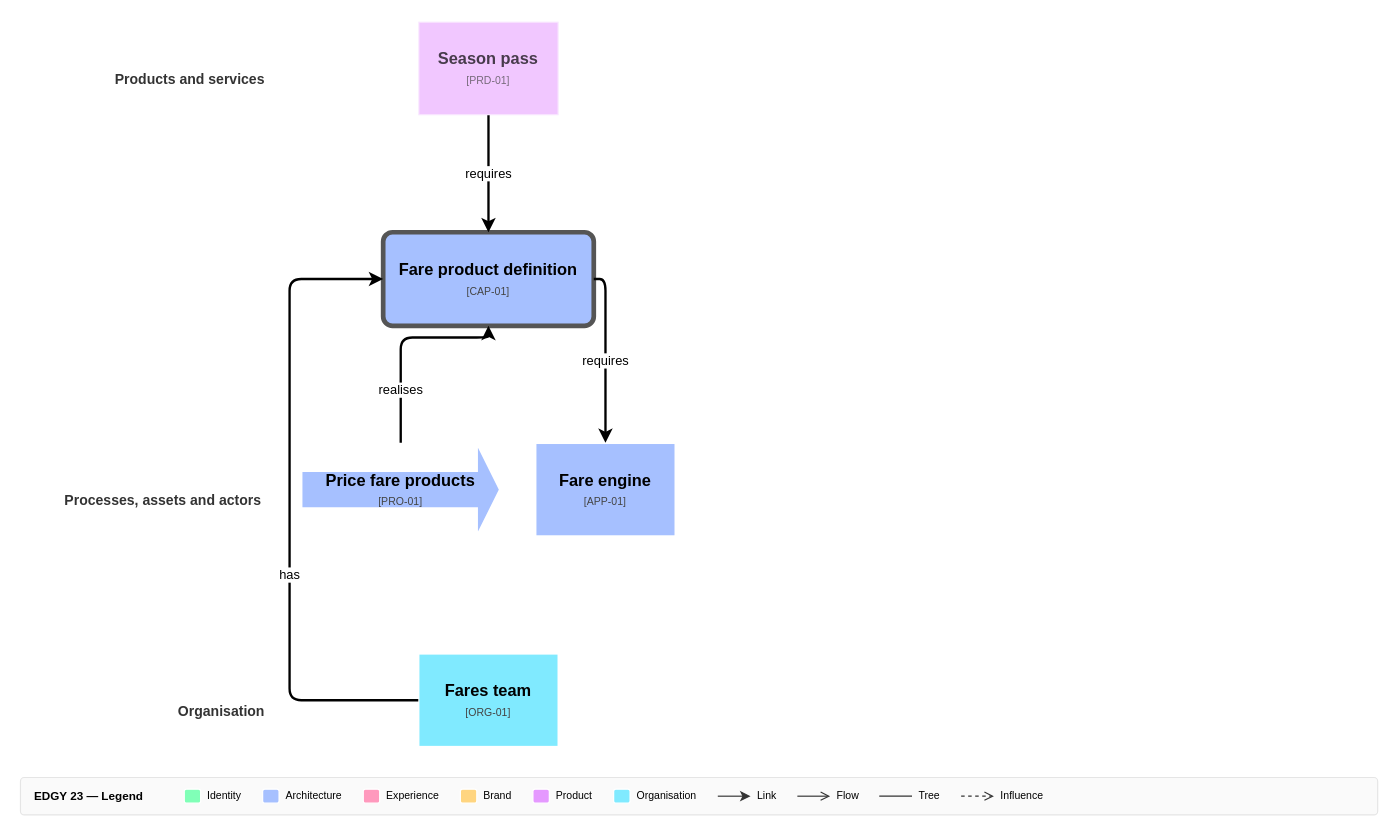
Before: page "Trace · CAP-01 Fare product definition" (10 of 19) of skills/documentation/edgy-diagram/examples/expected-trace.drawio in Rahola/edgy-skills, a draw.io diagram. Source tidied: cells renumbered, new cells numbered last; positions are measured from the earlier drawing's top-left corner, leaving out a move shared by most shapes. Both pictures are drawn from the tidied source at 117%, with x=0, y=0 at pixel (20, 21).
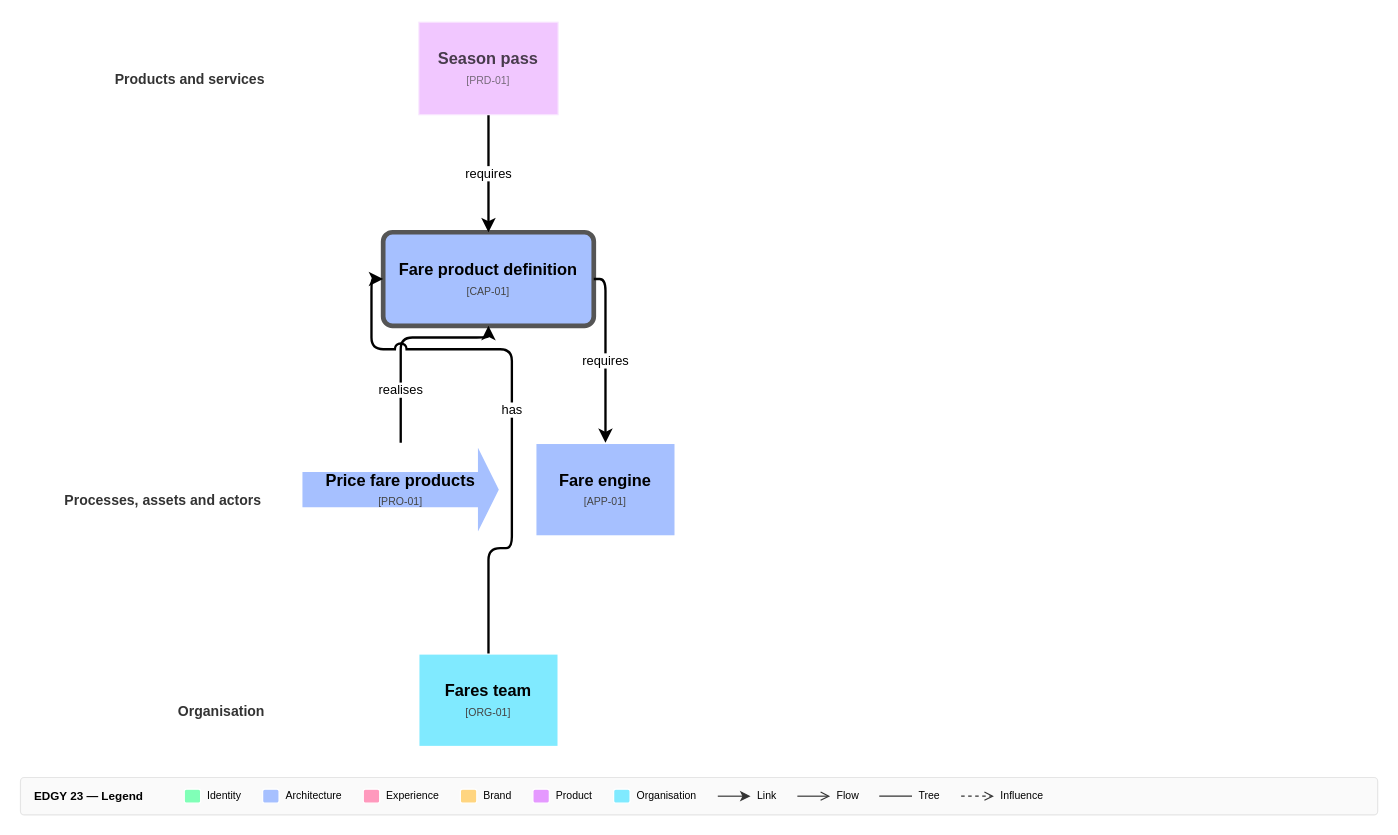
After the change.

The change refers to these unchanged cells:
```xml
<mxCell id="5" value="&lt;b&gt;Fare product definition&lt;/b&gt;&lt;br&gt;&lt;font style=&quot;font-size:9px;color:#444444;font-weight:normal&quot;&gt;[CAP-01]&lt;/font&gt;" style="rounded=1;whiteSpace=wrap;html=1;fillColor=#a6c0ff;strokeColor=#555555;strokeWidth=4;arcSize=10;verticalAlign=middle;fontStyle=1;fontSize=14;edgyId=CAP-01;edgyType=capability;edgyFacet=architecture;edgyOcc=trace-cap-01/5;edgyTrace=focus;" parent="1" vertex="1">
  <mxGeometry x="310" y="180" width="180" height="80" as="geometry" />
</mxCell>
<mxCell id="9" value="&lt;b&gt;Fares team&lt;/b&gt;&lt;br&gt;&lt;font style=&quot;font-size:9px;color:#444444;font-weight:normal&quot;&gt;[ORG-01]&lt;/font&gt;" style="whiteSpace=wrap;html=1;fillColor=#80eaff;strokeColor=#FFFFFF;strokeWidth=2;verticalAlign=middle;fontStyle=1;fontSize=14;edgyId=ORG-01;edgyType=organisation;edgyFacet=intersection;edgyOcc=trace-cap-01/9;" parent="1" vertex="1">
  <mxGeometry x="340" y="540" width="120" height="80" as="geometry" />
</mxCell>
```

The edit, as a diff of the source:
```diff
@@
-    <mxCell id="13" value="has" style="edgeStyle=orthogonalEdgeStyle;rounded=1;strokeWidth=2;fontSize=11;html=1;jumpStyle=arc;jumpSize=8;labelBackgroundColor=#ffffff;labelBorderColor=none;endArrow=classic;endFill=1;exitX=0.0;exitY=0.5;exitDx=0;exitDy=0;entryX=0.0;entryY=0.5;entryDx=0;entryDy=0;" parent="1" edge="1" source="9" target="5">
-      <mxGeometry x="-0.21" relative="1" as="geometry">
+    <mxCell id="13" value="has" style="edgeStyle=orthogonalEdgeStyle;rounded=1;strokeWidth=2;fontSize=11;html=1;jumpStyle=arc;jumpSize=8;labelBackgroundColor=#ffffff;labelBorderColor=none;endArrow=classic;endFill=1;exitX=0.5;exitY=0.0;exitDx=0;exitDy=0;entryX=0.0;entryY=0.5;entryDx=0;entryDy=0;" parent="1" edge="1" source="9" target="5">
+      <mxGeometry x="-0.03" relative="1" as="geometry">
         <Array as="points">
-          <mxPoint x="330" y="580" />
-          <mxPoint x="230" y="580" />
-          <mxPoint x="230" y="220" />
+          <mxPoint x="400" y="530" />
+          <mxPoint x="400" y="450" />
+          <mxPoint x="420" y="450" />
+          <mxPoint x="420" y="280" />
+          <mxPoint x="300" y="280" />
           <mxPoint x="300" y="220" />
         </Array>
       </mxGeometry>
     </mxCell>
```
